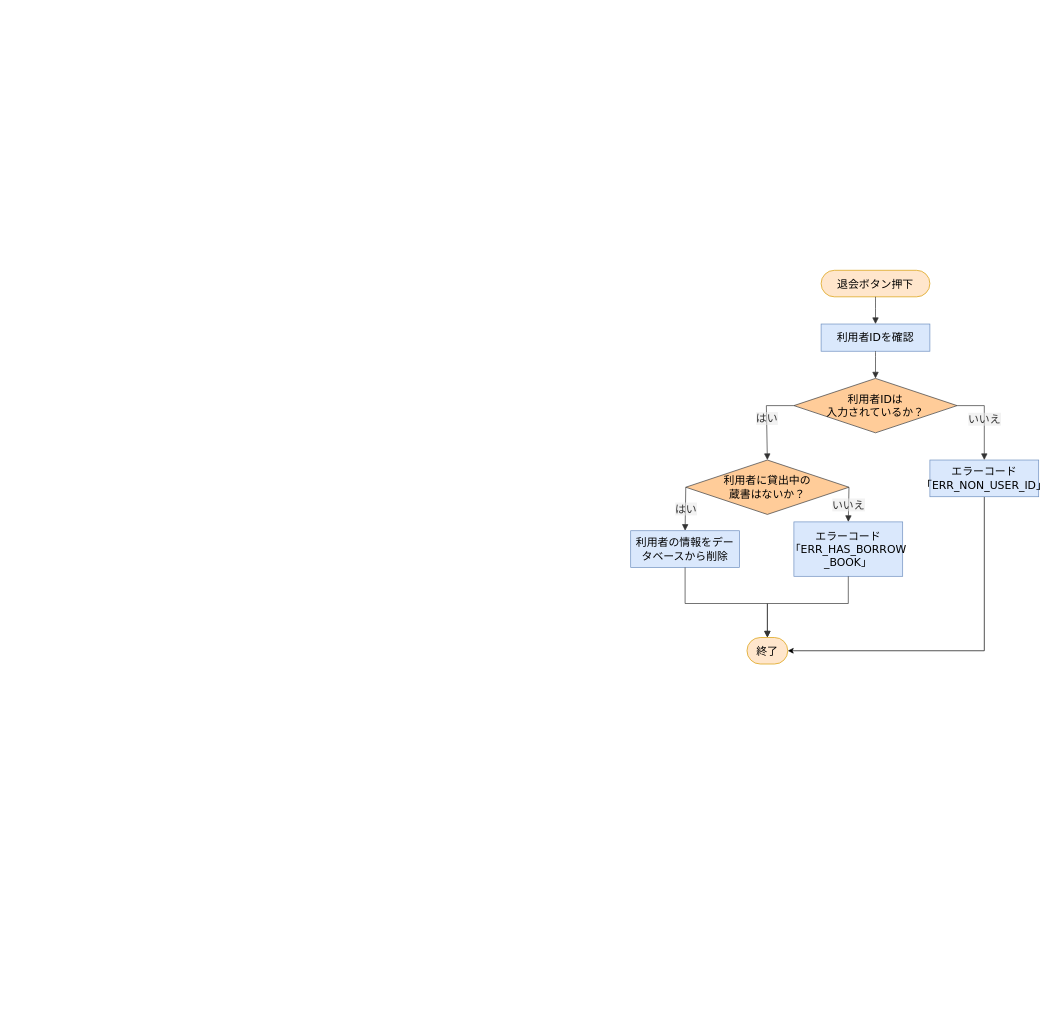
This is 詳細設計書/7班/flowchart/利用者退会.drawio from rs002421-creator/-, a draw.io file, before an edit. Source tidied: cells renumbered, new cells numbered last; positions are measured from the earlier drawing's top-left corner, leaving out a move shared by most shapes. Both pictures are drawn from the tidied source at 68%, with x=0, y=0 at pixel (630, 270).
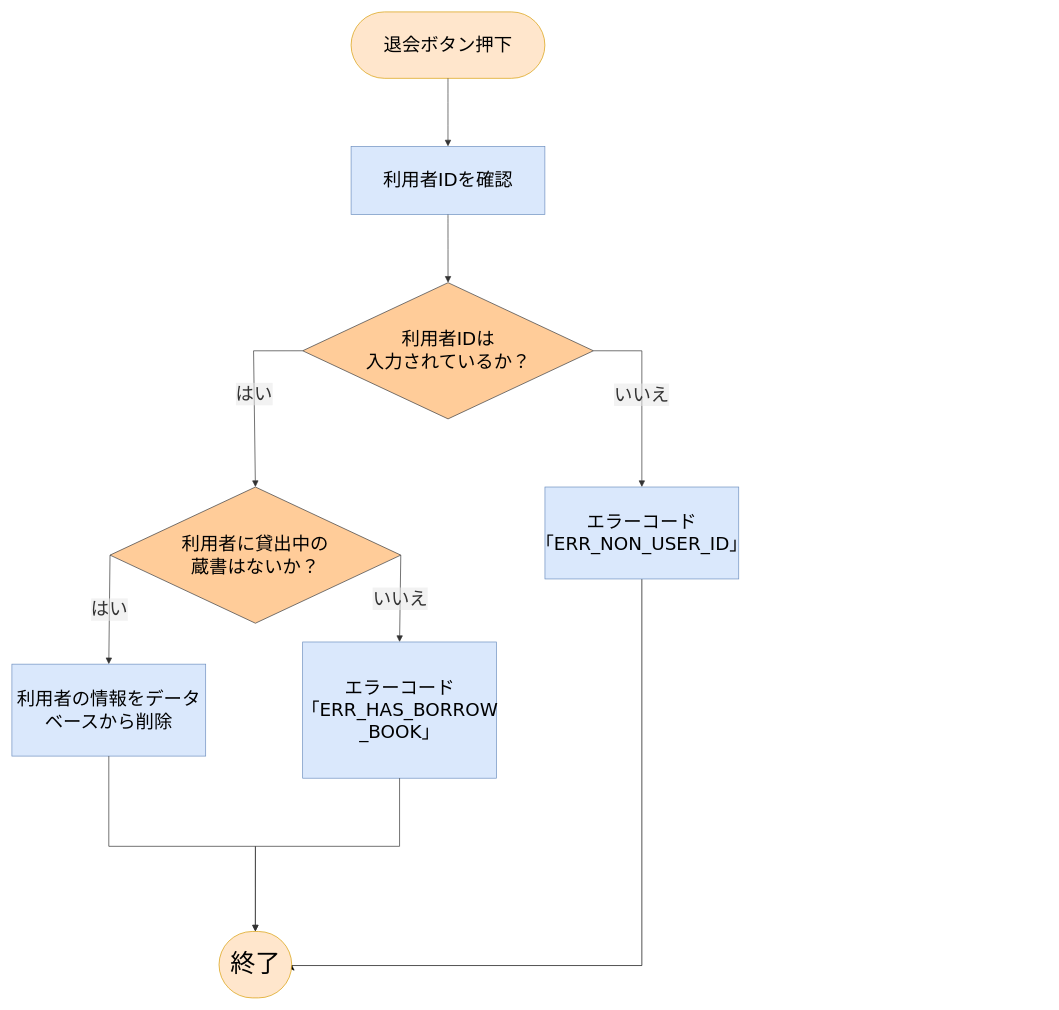
The same page after the edit.

Diff of the diagram source:
```diff
@@
+    <mxCell id="19" style="group;fontSize=37;" parent="1" vertex="1">
+      <mxGeometry x="-910" y="-380" width="1068.9" height="1450" as="geometry" />
+    </mxCell>
-    <mxCell id="2" value="退会ボタン押下" style="html=1;rounded=1;whiteSpace=wrap;arcSize=50;strokeWidth=1;fontFamily=Trebuchet MS,Verdana,Arial,sans-serif;fontSize=16;fillColor=#ffe6cc;strokeColor=#d79b00;" parent="1" vertex="1">
-      <mxGeometry x="280" width="160" height="39" as="geometry" />
+    <mxCell id="2" value="退会ボタン押下" style="html=1;rounded=1;whiteSpace=wrap;arcSize=50;strokeWidth=1;fontFamily=Trebuchet MS,Verdana,Arial,sans-serif;fontSize=27;fillColor=#ffe6cc;strokeColor=#d79b00;" parent="19" vertex="1">
+      <mxGeometry x="498.8" width="285" height="97.7" as="geometry" />
     </mxCell>
-    <mxCell id="3" value="利用者IDを確認" style="html=1;whiteSpace=wrap;strokeWidth=1;fillColor=#dae8fc;strokeColor=#6c8ebf;fontFamily=Trebuchet MS,Verdana,Arial,sans-serif;fontSize=16;" parent="1" vertex="1">
-      <mxGeometry x="280" y="79" width="160" height="40" as="geometry" />
+    <mxCell id="3" value="利用者IDを確認" style="html=1;whiteSpace=wrap;strokeWidth=1;fillColor=#dae8fc;strokeColor=#6c8ebf;fontFamily=Trebuchet MS,Verdana,Arial,sans-serif;fontSize=27;" parent="19" vertex="1">
+      <mxGeometry x="498.8" y="197.8" width="285" height="100.2" as="geometry" />
     </mxCell>
-    <mxCell id="4" value="利用者IDは&lt;div&gt;&lt;font style=&quot;color: rgb(0, 0, 0);&quot;&gt;入力されているか？&lt;/font&gt;&lt;/div&gt;" style="rhombus;html=1;strokeWidth=1;whiteSpace=wrap;fillColor=#ffcc99;strokeColor=#36393d;fontFamily=Trebuchet MS,Verdana,Arial,sans-serif;fontSize=16;" parent="1" vertex="1">
-      <mxGeometry x="240" y="159" width="240" height="80" as="geometry" />
+    <mxCell id="4" value="利用者IDは&lt;div&gt;&lt;font style=&quot;color: rgb(0, 0, 0);&quot;&gt;入力されているか？&lt;/font&gt;&lt;/div&gt;" style="rhombus;html=1;strokeWidth=1;whiteSpace=wrap;fillColor=#ffcc99;strokeColor=#36393d;fontFamily=Trebuchet MS,Verdana,Arial,sans-serif;fontSize=27;" parent="19" vertex="1">
+      <mxGeometry x="427.6" y="398.2" width="427.6" height="200.3" as="geometry" />
     </mxCell>
-    <mxCell id="5" style="edgeStyle=orthogonalEdgeStyle;rounded=0;jettySize=auto;html=1;entryX=1;entryY=0.5;entryDx=0;entryDy=0;" parent="1" edge="1" source="6" target="18">
+    <mxCell id="5" style="edgeStyle=orthogonalEdgeStyle;rounded=0;jettySize=auto;html=1;entryX=1;entryY=0.5;entryDx=0;entryDy=0;fontSize=27;" parent="19" edge="1" source="6" target="18">
       <mxGeometry relative="1" as="geometry">
         <Array as="points">
-          <mxPoint x="520" y="560" />
+          <mxPoint x="926.4" y="1402.4" />
         </Array>
       </mxGeometry>
     </mxCell>
-    <mxCell id="6" value="エラーコード「ERR_NON_USER_ID」" style="html=1;whiteSpace=wrap;strokeWidth=1;fillColor=#dae8fc;strokeColor=#6c8ebf;fontFamily=Trebuchet MS,Verdana,Arial,sans-serif;fontSize=16;" parent="1" vertex="1">
-      <mxGeometry x="440" y="279" width="160" height="54" as="geometry" />
+    <mxCell id="6" value="エラーコード「ERR_NON_USER_ID」" style="html=1;whiteSpace=wrap;strokeWidth=1;fillColor=#dae8fc;strokeColor=#6c8ebf;fontFamily=Trebuchet MS,Verdana,Arial,sans-serif;fontSize=27;" parent="19" vertex="1">
+      <mxGeometry x="783.9" y="698.7" width="285" height="135.2" as="geometry" />
     </mxCell>
-    <mxCell id="7" value="利用者に貸出中の&lt;div&gt;&lt;font style=&quot;color: rgb(0, 0, 0);&quot;&gt;蔵書はないか？&lt;/font&gt;&lt;/div&gt;" style="rhombus;html=1;strokeWidth=1;whiteSpace=wrap;fillColor=#ffcc99;strokeColor=#36393d;fontFamily=Trebuchet MS,Verdana,Arial,sans-serif;fontSize=16;" parent="1" vertex="1">
-      <mxGeometry x="81" y="279" width="240" height="80" as="geometry" />
+    <mxCell id="7" value="利用者に貸出中の&lt;div&gt;&lt;font style=&quot;color: rgb(0, 0, 0);&quot;&gt;蔵書はないか？&lt;/font&gt;&lt;/div&gt;" style="rhombus;html=1;strokeWidth=1;whiteSpace=wrap;fillColor=#ffcc99;strokeColor=#36393d;fontFamily=Trebuchet MS,Verdana,Arial,sans-serif;fontSize=27;" parent="19" vertex="1">
+      <mxGeometry x="144.3" y="698.7" width="427.6" height="200.3" as="geometry" />
     </mxCell>
-    <mxCell id="8" value="利用者の情報をデータベースから削除" style="html=1;whiteSpace=wrap;strokeWidth=1;fillColor=#dae8fc;strokeColor=#6c8ebf;fontFamily=Trebuchet MS,Verdana,Arial,sans-serif;fontSize=16;" parent="1" vertex="1">
-      <mxGeometry y="383" width="160" height="54" as="geometry" />
+    <mxCell id="8" value="利用者の情報をデータベースから削除" style="html=1;whiteSpace=wrap;strokeWidth=1;fillColor=#dae8fc;strokeColor=#6c8ebf;fontFamily=Trebuchet MS,Verdana,Arial,sans-serif;fontSize=27;" parent="19" vertex="1">
+      <mxGeometry y="959.2" width="285" height="135.2" as="geometry" />
     </mxCell>
-    <mxCell id="9" value="エラーコード「ERR_HAS_BORROW&lt;div&gt;&lt;font style=&quot;color: rgb(0, 0, 0);&quot;&gt;_BOOK」&lt;/font&gt;&lt;/div&gt;" style="html=1;whiteSpace=wrap;strokeWidth=1;fillColor=#dae8fc;strokeColor=#6c8ebf;fontFamily=Trebuchet MS,Verdana,Arial,sans-serif;fontSize=16;" parent="1" vertex="1">
-      <mxGeometry x="240" y="370" width="160" height="80" as="geometry" />
+    <mxCell id="9" value="エラーコード「ERR_HAS_BORROW&lt;div&gt;&lt;font style=&quot;color: rgb(0, 0, 0);&quot;&gt;_BOOK」&lt;/font&gt;&lt;/div&gt;" style="html=1;whiteSpace=wrap;strokeWidth=1;fillColor=#dae8fc;strokeColor=#6c8ebf;fontFamily=Trebuchet MS,Verdana,Arial,sans-serif;fontSize=27;" parent="19" vertex="1">
+      <mxGeometry x="427.6" y="926.6" width="285" height="200.3" as="geometry" />
     </mxCell>
-    <mxCell id="10" style="curved=1;startArrow=none;endArrow=block;endSize=7;strokeColor=light-dark(#333333,#cccccc);entryX=0.5;entryY=0;rounded=0;" parent="1" edge="1" source="2" target="3">
+    <mxCell id="10" style="curved=1;startArrow=none;endArrow=block;endSize=7;strokeColor=light-dark(#333333,#cccccc);entryX=0.5;entryY=0;rounded=0;fontSize=27;" parent="19" edge="1" source="2" target="3">
       <mxGeometry relative="1" as="geometry" />
     </mxCell>
-    <mxCell id="11" style="curved=1;startArrow=none;endArrow=block;endSize=7;strokeColor=light-dark(#333333,#cccccc);exitX=0.5;exitY=1;entryX=0.5;entryY=0;rounded=0;" parent="1" edge="1" source="3" target="4">
+    <mxCell id="11" style="curved=1;startArrow=none;endArrow=block;endSize=7;strokeColor=light-dark(#333333,#cccccc);exitX=0.5;exitY=1;entryX=0.5;entryY=0;rounded=0;fontSize=27;" parent="19" edge="1" source="3" target="4">
       <mxGeometry relative="1" as="geometry" />
     </mxCell>
-    <mxCell id="12" value="はい" style="curved=0;startArrow=none;endArrow=block;endSize=7;strokeColor=light-dark(#333333,#cccccc);html=1;fontSize=16;labelBackgroundColor=light-dark(#E8E8E88D,#2a2a2a8D);fontFamily=Trebuchet MS,Verdana,Arial,sans-serif;fontColor=light-dark(#333333,#cccccc);exitX=0;exitY=0.5;entryX=0.5;entryY=0;rounded=0;exitDx=0;exitDy=0;entryDx=0;entryDy=0;" parent="1" edge="1" source="4" target="7">
+    <mxCell id="12" value="はい" style="curved=0;startArrow=none;endArrow=block;endSize=7;strokeColor=light-dark(#333333,#cccccc);html=1;fontSize=27;labelBackgroundColor=light-dark(#E8E8E88D,#2a2a2a8D);fontFamily=Trebuchet MS,Verdana,Arial,sans-serif;fontColor=light-dark(#333333,#cccccc);exitX=0;exitY=0.5;entryX=0.5;entryY=0;rounded=0;exitDx=0;exitDy=0;entryDx=0;entryDy=0;" parent="19" edge="1" source="4" target="7">
       <mxGeometry relative="1" as="geometry">
         <Array as="points">
-          <mxPoint x="199.5" y="199" />
+          <mxPoint x="355.4" y="498.4" />
         </Array>
       </mxGeometry>
     </mxCell>
-    <mxCell id="13" value="いいえ" style="curved=0;startArrow=none;endArrow=block;endSize=7;strokeColor=light-dark(#333333,#cccccc);html=1;fontSize=16;labelBackgroundColor=light-dark(#E8E8E88D,#2a2a2a8D);fontFamily=Trebuchet MS,Verdana,Arial,sans-serif;fontColor=light-dark(#333333,#cccccc);exitX=1;exitY=0.5;entryX=0.5;entryY=0;rounded=0;exitDx=0;exitDy=0;" parent="1" edge="1" source="4" target="6">
+    <mxCell id="13" value="いいえ" style="curved=0;startArrow=none;endArrow=block;endSize=7;strokeColor=light-dark(#333333,#cccccc);html=1;fontSize=27;labelBackgroundColor=light-dark(#E8E8E88D,#2a2a2a8D);fontFamily=Trebuchet MS,Verdana,Arial,sans-serif;fontColor=light-dark(#333333,#cccccc);exitX=1;exitY=0.5;entryX=0.5;entryY=0;rounded=0;exitDx=0;exitDy=0;" parent="19" edge="1" source="4" target="6">
       <mxGeometry relative="1" as="geometry">
         <Array as="points">
-          <mxPoint x="520" y="199" />
+          <mxPoint x="926.4" y="498.4" />
         </Array>
       </mxGeometry>
     </mxCell>
-    <mxCell id="14" value="はい" style="curved=0;startArrow=none;endArrow=block;endSize=7;strokeColor=light-dark(#333333,#cccccc);html=1;fontSize=16;labelBackgroundColor=light-dark(#E8E8E88D,#2a2a2a8D);fontFamily=Trebuchet MS,Verdana,Arial,sans-serif;fontColor=light-dark(#333333,#cccccc);exitX=0;exitY=0.5;entryX=0.5;entryY=0;rounded=0;exitDx=0;exitDy=0;" parent="1" edge="1" source="7" target="8">
+    <mxCell id="14" value="はい" style="curved=0;startArrow=none;endArrow=block;endSize=7;strokeColor=light-dark(#333333,#cccccc);html=1;fontSize=27;labelBackgroundColor=light-dark(#E8E8E88D,#2a2a2a8D);fontFamily=Trebuchet MS,Verdana,Arial,sans-serif;fontColor=light-dark(#333333,#cccccc);exitX=0;exitY=0.5;entryX=0.5;entryY=0;rounded=0;exitDx=0;exitDy=0;" parent="19" edge="1" source="7" target="8">
       <mxGeometry relative="1" as="geometry" />
     </mxCell>
-    <mxCell id="15" value="いいえ" style="curved=0;startArrow=none;endArrow=block;endSize=7;strokeColor=light-dark(#333333,#cccccc);html=1;fontSize=16;labelBackgroundColor=light-dark(#E8E8E88D,#2a2a2a8D);fontFamily=Trebuchet MS,Verdana,Arial,sans-serif;fontColor=light-dark(#333333,#cccccc);exitX=1;exitY=0.5;entryX=0.5;entryY=0;rounded=0;exitDx=0;exitDy=0;" parent="1" edge="1" source="7" target="9">
+    <mxCell id="15" value="いいえ" style="curved=0;startArrow=none;endArrow=block;endSize=7;strokeColor=light-dark(#333333,#cccccc);html=1;fontSize=27;labelBackgroundColor=light-dark(#E8E8E88D,#2a2a2a8D);fontFamily=Trebuchet MS,Verdana,Arial,sans-serif;fontColor=light-dark(#333333,#cccccc);exitX=1;exitY=0.5;entryX=0.5;entryY=0;rounded=0;exitDx=0;exitDy=0;" parent="19" edge="1" source="7" target="9">
       <mxGeometry relative="1" as="geometry" />
     </mxCell>
-    <mxCell id="16" style="curved=0;startArrow=none;endArrow=block;endSize=7;strokeColor=light-dark(#333333,#cccccc);exitX=0.5;exitY=1;rounded=0;entryX=0.5;entryY=0;entryDx=0;entryDy=0;" parent="1" edge="1" source="8" target="18">
+    <mxCell id="16" style="curved=0;startArrow=none;endArrow=block;endSize=7;strokeColor=light-dark(#333333,#cccccc);exitX=0.5;exitY=1;rounded=0;entryX=0.5;entryY=0;entryDx=0;entryDy=0;fontSize=27;" parent="19" edge="1" source="8" target="18">
       <mxGeometry relative="1" as="geometry">
         <Array as="points">
-          <mxPoint x="80" y="490" />
-          <mxPoint x="201" y="490" />
+          <mxPoint x="142.5" y="1227.1" />
+          <mxPoint x="358.1" y="1227.1" />
         </Array>
       </mxGeometry>
     </mxCell>
-    <mxCell id="17" style="curved=0;startArrow=none;endArrow=block;endSize=7;strokeColor=light-dark(#333333,#cccccc);exitX=0.5;exitY=1;entryX=0.5;entryY=0;rounded=0;entryDx=0;entryDy=0;" parent="1" edge="1" source="9" target="18">
+    <mxCell id="17" style="curved=0;startArrow=none;endArrow=block;endSize=7;strokeColor=light-dark(#333333,#cccccc);exitX=0.5;exitY=1;entryX=0.5;entryY=0;rounded=0;entryDx=0;entryDy=0;fontSize=27;" parent="19" edge="1" source="9" target="18">
       <mxGeometry relative="1" as="geometry">
         <Array as="points">
-          <mxPoint x="320" y="490" />
-          <mxPoint x="201" y="490" />
+          <mxPoint x="570.1" y="1227.1" />
+          <mxPoint x="358.1" y="1227.1" />
         </Array>
       </mxGeometry>
     </mxCell>
-    <mxCell id="18" value="終了" style="html=1;rounded=1;whiteSpace=wrap;arcSize=50;strokeWidth=1;fontFamily=Trebuchet MS,Verdana,Arial,sans-serif;fontSize=16;fillColor=#ffe6cc;strokeColor=#d79b00;" parent="1" vertex="1">
-      <mxGeometry x="171" y="540" width="60" height="39" as="geometry" />
+    <mxCell id="18" value="終了" style="html=1;rounded=1;whiteSpace=wrap;arcSize=50;strokeWidth=1;fontFamily=Trebuchet MS,Verdana,Arial,sans-serif;fontSize=37;fillColor=#ffe6cc;strokeColor=#d79b00;" parent="19" vertex="1">
+      <mxGeometry x="304.6" y="1352.3" width="106.9" height="97.7" as="geometry" />
     </mxCell>
```
